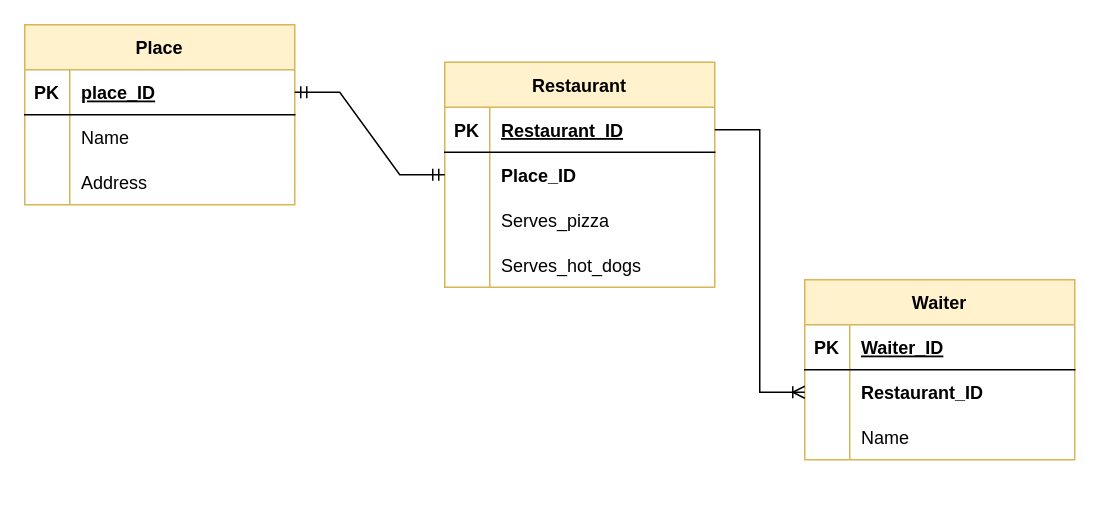
Before: Restaurant.drawio in SolijonovAsadbek/Django90_90, a draw.io diagram. Source tidied: cells renumbered, new cells numbered last; positions are measured from the earlier drawing's top-left corner, leaving out a move shared by most shapes. Both pictures are drawn from the tidied source at 150%, with x=0, y=0 at pixel (24, 24).
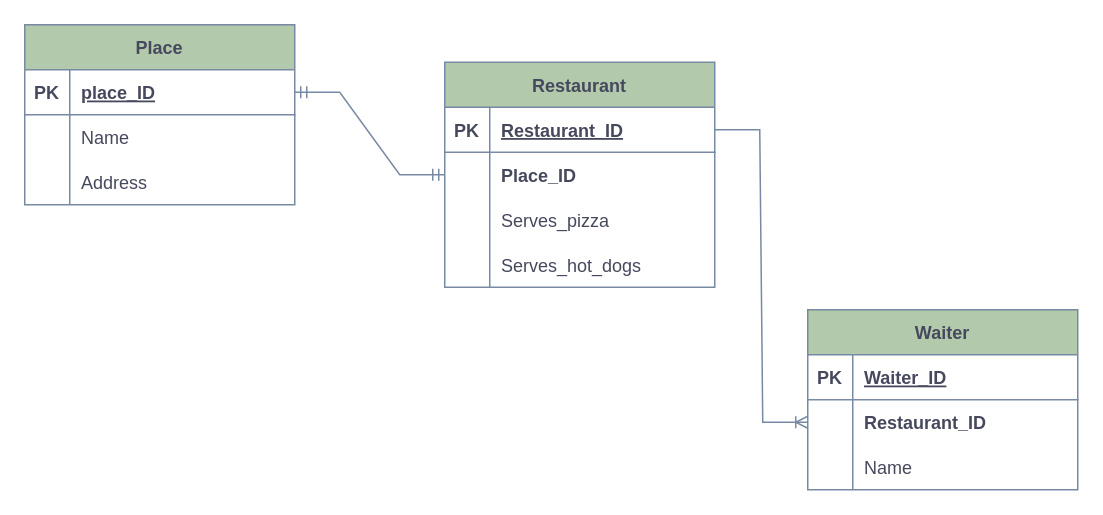
After the change.

What changed in the source:
```diff
@@
-    <mxCell id="2" value="Place" style="shape=table;startSize=30;childLayout=tableLayout;rowLines=0;fontStyle=1;align=center;fillColor=#fff2cc;strokeColor=#d6b656;" parent="1" vertex="1">
+    <mxCell id="2" value="Place" style="shape=table;startSize=30;childLayout=tableLayout;rowLines=0;fontStyle=1;align=center;fillColor=#B2C9AB;strokeColor=#788AA3;fontColor=#46495D;" parent="1" vertex="1">
       <mxGeometry width="180" height="120" as="geometry" />
     </mxCell>
-    <mxCell id="3" style="shape=tableRow;horizontal=0;startSize=0;swimlaneHead=0;swimlaneBody=0;fillColor=none;points=[[0,0.5],[1,0.5]];portConstraint=eastwest;top=0;left=0;right=0;bottom=1;" parent="2" vertex="1">
+    <mxCell id="3" style="shape=tableRow;horizontal=0;startSize=0;swimlaneHead=0;swimlaneBody=0;fillColor=none;points=[[0,0.5],[1,0.5]];portConstraint=eastwest;top=0;left=0;right=0;bottom=1;strokeColor=#788AA3;fontColor=#46495D;" parent="2" vertex="1">
       <mxGeometry y="30" width="180" height="30" as="geometry" />
     </mxCell>
-    <mxCell id="4" value="PK" style="shape=partialRectangle;fillColor=none;top=0;left=0;bottom=0;right=0;fontStyle=1;overflow=hidden;" parent="3" vertex="1">
+    <mxCell id="4" value="PK" style="shape=partialRectangle;fillColor=none;top=0;left=0;bottom=0;right=0;fontStyle=1;overflow=hidden;strokeColor=#788AA3;fontColor=#46495D;" parent="3" vertex="1">
       <mxGeometry width="30" height="30" as="geometry" />
     </mxCell>
-    <mxCell id="5" value="place_ID" style="shape=partialRectangle;fillColor=none;top=0;left=0;bottom=0;right=0;align=left;spacingLeft=6;fontStyle=5;overflow=hidden;" parent="3" vertex="1">
+    <mxCell id="5" value="place_ID" style="shape=partialRectangle;fillColor=none;top=0;left=0;bottom=0;right=0;align=left;spacingLeft=6;fontStyle=5;overflow=hidden;strokeColor=#788AA3;fontColor=#46495D;" parent="3" vertex="1">
       <mxGeometry x="30" width="150" height="30" as="geometry" />
     </mxCell>
-    <mxCell id="6" style="shape=tableRow;horizontal=0;startSize=0;swimlaneHead=0;swimlaneBody=0;fillColor=none;top=0;left=0;right=0;bottom=0;" parent="2" vertex="1">
+    <mxCell id="6" style="shape=tableRow;horizontal=0;startSize=0;swimlaneHead=0;swimlaneBody=0;fillColor=none;top=0;left=0;right=0;bottom=0;strokeColor=#788AA3;fontColor=#46495D;" parent="2" vertex="1">
       <mxGeometry y="60" width="180" height="30" as="geometry" />
     </mxCell>
-    <mxCell id="7" style="shape=partialRectangle;fillColor=none;top=0;left=0;bottom=0;right=0;overflow=hidden;" parent="6" vertex="1">
+    <mxCell id="7" style="shape=partialRectangle;fillColor=none;top=0;left=0;bottom=0;right=0;overflow=hidden;strokeColor=#788AA3;fontColor=#46495D;" parent="6" vertex="1">
       <mxGeometry width="30" height="30" as="geometry" />
     </mxCell>
-    <mxCell id="8" value="Name" style="shape=partialRectangle;fillColor=none;top=0;left=0;bottom=0;right=0;align=left;spacingLeft=6;overflow=hidden;" parent="6" vertex="1">
+    <mxCell id="8" value="Name" style="shape=partialRectangle;fillColor=none;top=0;left=0;bottom=0;right=0;align=left;spacingLeft=6;overflow=hidden;strokeColor=#788AA3;fontColor=#46495D;" parent="6" vertex="1">
       <mxGeometry x="30" width="150" height="30" as="geometry" />
     </mxCell>
-    <mxCell id="9" style="shape=tableRow;horizontal=0;startSize=0;swimlaneHead=0;swimlaneBody=0;fillColor=none;top=0;left=0;right=0;bottom=0;" parent="2" vertex="1">
+    <mxCell id="9" style="shape=tableRow;horizontal=0;startSize=0;swimlaneHead=0;swimlaneBody=0;fillColor=none;top=0;left=0;right=0;bottom=0;strokeColor=#788AA3;fontColor=#46495D;" parent="2" vertex="1">
       <mxGeometry y="90" width="180" height="30" as="geometry" />
     </mxCell>
-    <mxCell id="10" style="shape=partialRectangle;fillColor=none;top=0;left=0;bottom=0;right=0;overflow=hidden;" parent="9" vertex="1">
+    <mxCell id="10" style="shape=partialRectangle;fillColor=none;top=0;left=0;bottom=0;right=0;overflow=hidden;strokeColor=#788AA3;fontColor=#46495D;" parent="9" vertex="1">
       <mxGeometry width="30" height="30" as="geometry" />
     </mxCell>
-    <mxCell id="11" value="Address" style="shape=partialRectangle;fillColor=none;top=0;left=0;bottom=0;right=0;align=left;spacingLeft=6;overflow=hidden;" parent="9" vertex="1">
+    <mxCell id="11" value="Address" style="shape=partialRectangle;fillColor=none;top=0;left=0;bottom=0;right=0;align=left;spacingLeft=6;overflow=hidden;strokeColor=#788AA3;fontColor=#46495D;" parent="9" vertex="1">
       <mxGeometry x="30" width="150" height="30" as="geometry" />
     </mxCell>
-    <mxCell id="12" value="Restaurant" style="shape=table;startSize=30;childLayout=tableLayout;rowLines=0;fontStyle=1;align=center;fillColor=#fff2cc;strokeColor=#d6b656;" parent="1" vertex="1">
+    <mxCell id="12" value="Restaurant" style="shape=table;startSize=30;childLayout=tableLayout;rowLines=0;fontStyle=1;align=center;fillColor=#B2C9AB;strokeColor=#788AA3;fontColor=#46495D;" parent="1" vertex="1">
       <mxGeometry x="280" y="25" width="180" height="150" as="geometry" />
     </mxCell>
-    <mxCell id="13" style="shape=tableRow;horizontal=0;startSize=0;swimlaneHead=0;swimlaneBody=0;fillColor=none;points=[[0,0.5],[1,0.5]];portConstraint=eastwest;top=0;left=0;right=0;bottom=1;" parent="12" vertex="1">
+    <mxCell id="13" style="shape=tableRow;horizontal=0;startSize=0;swimlaneHead=0;swimlaneBody=0;fillColor=none;points=[[0,0.5],[1,0.5]];portConstraint=eastwest;top=0;left=0;right=0;bottom=1;strokeColor=#788AA3;fontColor=#46495D;" parent="12" vertex="1">
       <mxGeometry y="30" width="180" height="30" as="geometry" />
     </mxCell>
-    <mxCell id="14" value="PK" style="shape=partialRectangle;fillColor=none;top=0;left=0;bottom=0;right=0;fontStyle=1;overflow=hidden;" parent="13" vertex="1">
+    <mxCell id="14" value="PK" style="shape=partialRectangle;fillColor=none;top=0;left=0;bottom=0;right=0;fontStyle=1;overflow=hidden;strokeColor=#788AA3;fontColor=#46495D;" parent="13" vertex="1">
       <mxGeometry width="30" height="30" as="geometry" />
     </mxCell>
-    <mxCell id="15" value="Restaurant_ID" style="shape=partialRectangle;fillColor=none;top=0;left=0;bottom=0;right=0;align=left;spacingLeft=6;fontStyle=5;overflow=hidden;" parent="13" vertex="1">
+    <mxCell id="15" value="Restaurant_ID" style="shape=partialRectangle;fillColor=none;top=0;left=0;bottom=0;right=0;align=left;spacingLeft=6;fontStyle=5;overflow=hidden;strokeColor=#788AA3;fontColor=#46495D;" parent="13" vertex="1">
       <mxGeometry x="30" width="150" height="30" as="geometry" />
     </mxCell>
-    <mxCell id="16" style="shape=tableRow;horizontal=0;startSize=0;swimlaneHead=0;swimlaneBody=0;fillColor=none;points=[[0,0.5],[1,0.5]];portConstraint=eastwest;top=0;left=0;right=0;bottom=0;" parent="12" vertex="1">
+    <mxCell id="16" style="shape=tableRow;horizontal=0;startSize=0;swimlaneHead=0;swimlaneBody=0;fillColor=none;points=[[0,0.5],[1,0.5]];portConstraint=eastwest;top=0;left=0;right=0;bottom=0;strokeColor=#788AA3;fontColor=#46495D;" parent="12" vertex="1">
       <mxGeometry y="60" width="180" height="30" as="geometry" />
     </mxCell>
-    <mxCell id="17" style="shape=partialRectangle;fillColor=none;top=0;left=0;bottom=0;right=0;overflow=hidden;" parent="16" vertex="1">
+    <mxCell id="17" style="shape=partialRectangle;fillColor=none;top=0;left=0;bottom=0;right=0;overflow=hidden;strokeColor=#788AA3;fontColor=#46495D;" parent="16" vertex="1">
       <mxGeometry width="30" height="30" as="geometry" />
     </mxCell>
-    <mxCell id="18" value="Place_ID" style="shape=partialRectangle;fillColor=none;top=0;left=0;bottom=0;right=0;align=left;spacingLeft=6;overflow=hidden;fontStyle=1;" parent="16" vertex="1">
+    <mxCell id="18" value="Place_ID" style="shape=partialRectangle;fillColor=none;top=0;left=0;bottom=0;right=0;align=left;spacingLeft=6;overflow=hidden;fontStyle=1;strokeColor=#788AA3;fontColor=#46495D;" parent="16" vertex="1">
       <mxGeometry x="30" width="150" height="30" as="geometry" />
     </mxCell>
-    <mxCell id="19" style="shape=tableRow;horizontal=0;startSize=0;swimlaneHead=0;swimlaneBody=0;fillColor=none;top=0;left=0;right=0;bottom=0;" parent="12" vertex="1">
+    <mxCell id="19" style="shape=tableRow;horizontal=0;startSize=0;swimlaneHead=0;swimlaneBody=0;fillColor=none;top=0;left=0;right=0;bottom=0;strokeColor=#788AA3;fontColor=#46495D;" parent="12" vertex="1">
       <mxGeometry y="90" width="180" height="30" as="geometry" />
     </mxCell>
-    <mxCell id="20" style="shape=partialRectangle;fillColor=none;top=0;left=0;bottom=0;right=0;overflow=hidden;" parent="19" vertex="1">
+    <mxCell id="20" style="shape=partialRectangle;fillColor=none;top=0;left=0;bottom=0;right=0;overflow=hidden;strokeColor=#788AA3;fontColor=#46495D;" parent="19" vertex="1">
       <mxGeometry width="30" height="30" as="geometry" />
     </mxCell>
-    <mxCell id="21" value="Serves_pizza" style="shape=partialRectangle;fillColor=none;top=0;left=0;bottom=0;right=0;align=left;spacingLeft=6;overflow=hidden;" parent="19" vertex="1">
+    <mxCell id="21" value="Serves_pizza" style="shape=partialRectangle;fillColor=none;top=0;left=0;bottom=0;right=0;align=left;spacingLeft=6;overflow=hidden;strokeColor=#788AA3;fontColor=#46495D;" parent="19" vertex="1">
       <mxGeometry x="30" width="150" height="30" as="geometry" />
     </mxCell>
-    <mxCell id="22" style="shape=tableRow;horizontal=0;startSize=0;swimlaneHead=0;swimlaneBody=0;fillColor=none;top=0;left=0;right=0;bottom=0;" parent="12" vertex="1">
+    <mxCell id="22" style="shape=tableRow;horizontal=0;startSize=0;swimlaneHead=0;swimlaneBody=0;fillColor=none;top=0;left=0;right=0;bottom=0;strokeColor=#788AA3;fontColor=#46495D;" parent="12" vertex="1">
       <mxGeometry y="120" width="180" height="30" as="geometry" />
     </mxCell>
-    <mxCell id="23" style="shape=partialRectangle;fillColor=none;top=0;left=0;bottom=0;right=0;overflow=hidden;" parent="22" vertex="1">
+    <mxCell id="23" style="shape=partialRectangle;fillColor=none;top=0;left=0;bottom=0;right=0;overflow=hidden;strokeColor=#788AA3;fontColor=#46495D;" parent="22" vertex="1">
       <mxGeometry width="30" height="30" as="geometry" />
     </mxCell>
-    <mxCell id="24" value="Serves_hot_dogs" style="shape=partialRectangle;fillColor=none;top=0;left=0;bottom=0;right=0;align=left;spacingLeft=6;overflow=hidden;" parent="22" vertex="1">
+    <mxCell id="24" value="Serves_hot_dogs" style="shape=partialRectangle;fillColor=none;top=0;left=0;bottom=0;right=0;align=left;spacingLeft=6;overflow=hidden;strokeColor=#788AA3;fontColor=#46495D;" parent="22" vertex="1">
       <mxGeometry x="30" width="150" height="30" as="geometry" />
     </mxCell>
-    <mxCell id="25" value="Waiter" style="shape=table;startSize=30;childLayout=tableLayout;rowLines=0;fontStyle=1;align=center;fillColor=#fff2cc;strokeColor=#d6b656;" parent="1" vertex="1">
-      <mxGeometry x="520" y="170" width="180" height="120" as="geometry" />
+    <mxCell id="25" value="Waiter" style="shape=table;startSize=30;childLayout=tableLayout;rowLines=0;fontStyle=1;align=center;fillColor=#B2C9AB;strokeColor=#788AA3;fontColor=#46495D;" parent="1" vertex="1">
+      <mxGeometry x="522" y="190" width="180" height="120" as="geometry" />
     </mxCell>
-    <mxCell id="26" style="shape=tableRow;horizontal=0;startSize=0;swimlaneHead=0;swimlaneBody=0;fillColor=none;top=0;left=0;right=0;bottom=1;" parent="25" vertex="1">
+    <mxCell id="26" style="shape=tableRow;horizontal=0;startSize=0;swimlaneHead=0;swimlaneBody=0;fillColor=none;top=0;left=0;right=0;bottom=1;strokeColor=#788AA3;fontColor=#46495D;" parent="25" vertex="1">
       <mxGeometry y="30" width="180" height="30" as="geometry" />
     </mxCell>
-    <mxCell id="27" value="PK" style="shape=partialRectangle;fillColor=none;top=0;left=0;bottom=0;right=0;fontStyle=1;overflow=hidden;" parent="26" vertex="1">
+    <mxCell id="27" value="PK" style="shape=partialRectangle;fillColor=none;top=0;left=0;bottom=0;right=0;fontStyle=1;overflow=hidden;strokeColor=#788AA3;fontColor=#46495D;" parent="26" vertex="1">
       <mxGeometry width="30" height="30" as="geometry" />
     </mxCell>
-    <mxCell id="28" value="Waiter_ID" style="shape=partialRectangle;fillColor=none;top=0;left=0;bottom=0;right=0;align=left;spacingLeft=6;fontStyle=5;overflow=hidden;" parent="26" vertex="1">
+    <mxCell id="28" value="Waiter_ID" style="shape=partialRectangle;fillColor=none;top=0;left=0;bottom=0;right=0;align=left;spacingLeft=6;fontStyle=5;overflow=hidden;strokeColor=#788AA3;fontColor=#46495D;" parent="26" vertex="1">
       <mxGeometry x="30" width="150" height="30" as="geometry" />
     </mxCell>
-    <mxCell id="29" style="shape=tableRow;horizontal=0;startSize=0;swimlaneHead=0;swimlaneBody=0;fillColor=none;points=[[0,0.5],[1,0.5]];portConstraint=eastwest;top=0;left=0;right=0;bottom=0;swimlaneFillColor=none;sketch=0;rounded=0;shadow=0;" parent="25" vertex="1">
+    <mxCell id="29" style="shape=tableRow;horizontal=0;startSize=0;swimlaneHead=0;swimlaneBody=0;fillColor=none;points=[[0,0.5],[1,0.5]];portConstraint=eastwest;top=0;left=0;right=0;bottom=0;swimlaneFillColor=none;sketch=0;rounded=0;shadow=0;strokeColor=#788AA3;fontColor=#46495D;" parent="25" vertex="1">
       <mxGeometry y="60" width="180" height="30" as="geometry" />
     </mxCell>
-    <mxCell id="30" style="shape=partialRectangle;fillColor=none;top=0;left=0;bottom=0;right=0;overflow=hidden;" parent="29" vertex="1">
+    <mxCell id="30" style="shape=partialRectangle;fillColor=none;top=0;left=0;bottom=0;right=0;overflow=hidden;strokeColor=#788AA3;fontColor=#46495D;" parent="29" vertex="1">
       <mxGeometry width="30" height="30" as="geometry" />
     </mxCell>
-    <mxCell id="31" value="Restaurant_ID" style="shape=partialRectangle;fillColor=none;top=0;left=0;bottom=0;right=0;align=left;spacingLeft=6;overflow=hidden;fontStyle=1;" parent="29" vertex="1">
+    <mxCell id="31" value="Restaurant_ID" style="shape=partialRectangle;fillColor=none;top=0;left=0;bottom=0;right=0;align=left;spacingLeft=6;overflow=hidden;fontStyle=1;strokeColor=#788AA3;fontColor=#46495D;" parent="29" vertex="1">
       <mxGeometry x="30" width="150" height="30" as="geometry" />
     </mxCell>
-    <mxCell id="32" style="shape=tableRow;horizontal=0;startSize=0;swimlaneHead=0;swimlaneBody=0;fillColor=none;top=0;left=0;right=0;bottom=0;" parent="25" vertex="1">
+    <mxCell id="32" style="shape=tableRow;horizontal=0;startSize=0;swimlaneHead=0;swimlaneBody=0;fillColor=none;top=0;left=0;right=0;bottom=0;strokeColor=#788AA3;fontColor=#46495D;" parent="25" vertex="1">
       <mxGeometry y="90" width="180" height="30" as="geometry" />
     </mxCell>
-    <mxCell id="33" style="shape=partialRectangle;fillColor=none;top=0;left=0;bottom=0;right=0;overflow=hidden;" parent="32" vertex="1">
+    <mxCell id="33" style="shape=partialRectangle;fillColor=none;top=0;left=0;bottom=0;right=0;overflow=hidden;strokeColor=#788AA3;fontColor=#46495D;" parent="32" vertex="1">
       <mxGeometry width="30" height="30" as="geometry" />
     </mxCell>
-    <mxCell id="34" value="Name" style="shape=partialRectangle;fillColor=none;top=0;left=0;bottom=0;right=0;align=left;spacingLeft=6;overflow=hidden;" parent="32" vertex="1">
+    <mxCell id="34" value="Name" style="shape=partialRectangle;fillColor=none;top=0;left=0;bottom=0;right=0;align=left;spacingLeft=6;overflow=hidden;strokeColor=#788AA3;fontColor=#46495D;" parent="32" vertex="1">
       <mxGeometry x="30" width="150" height="30" as="geometry" />
     </mxCell>
-    <mxCell id="35" style="edgeStyle=entityRelationEdgeStyle;fontSize=12;html=1;endArrow=ERoneToMany;rounded=0;exitX=1;exitY=0.5;exitDx=0;exitDy=0;fillColor=#f8cecc;strokeColor=#000000;" parent="1" edge="1" source="13" target="29">
+    <mxCell id="35" style="edgeStyle=entityRelationEdgeStyle;fontSize=12;html=1;endArrow=ERoneToMany;rounded=0;exitX=1;exitY=0.5;exitDx=0;exitDy=0;fillColor=#B2C9AB;strokeColor=#788AA3;fontColor=#46495D;" parent="1" edge="1" source="13" target="29">
       <mxGeometry relative="1" as="geometry" />
     </mxCell>
-    <mxCell id="36" style="edgeStyle=entityRelationEdgeStyle;fontSize=12;html=1;endArrow=ERmandOne;startArrow=ERmandOne;rounded=0;exitX=1;exitY=0.5;exitDx=0;exitDy=0;entryX=0;entryY=0.5;entryDx=0;entryDy=0;" parent="1" edge="1" source="3" target="16">
+    <mxCell id="36" style="edgeStyle=entityRelationEdgeStyle;fontSize=12;html=1;endArrow=ERmandOne;startArrow=ERmandOne;rounded=0;exitX=1;exitY=0.5;exitDx=0;exitDy=0;entryX=0;entryY=0.5;entryDx=0;entryDy=0;strokeColor=#788AA3;fontColor=#46495D;" parent="1" edge="1" source="3" target="16">
       <mxGeometry relative="1" as="geometry" />
     </mxCell>
```
